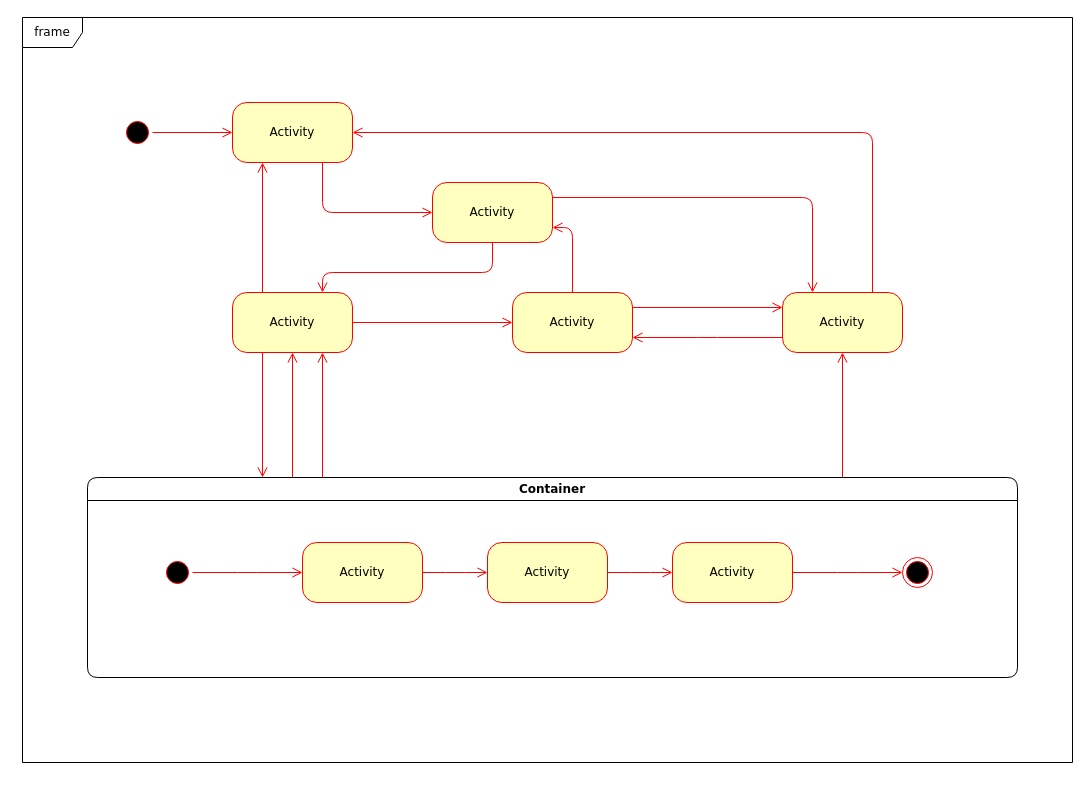
Before: page "ph_comments" (1 of 3) of state_machine.drawio in sownthunder/sownthunder.github.io, a draw.io diagram. Source tidied: cells renumbered, new cells numbered last; positions are measured from the earlier drawing's top-left corner, leaving out a move shared by most shapes. Both pictures are drawn from the tidied source at 100%, with x=0, y=0 at pixel (22, 17).
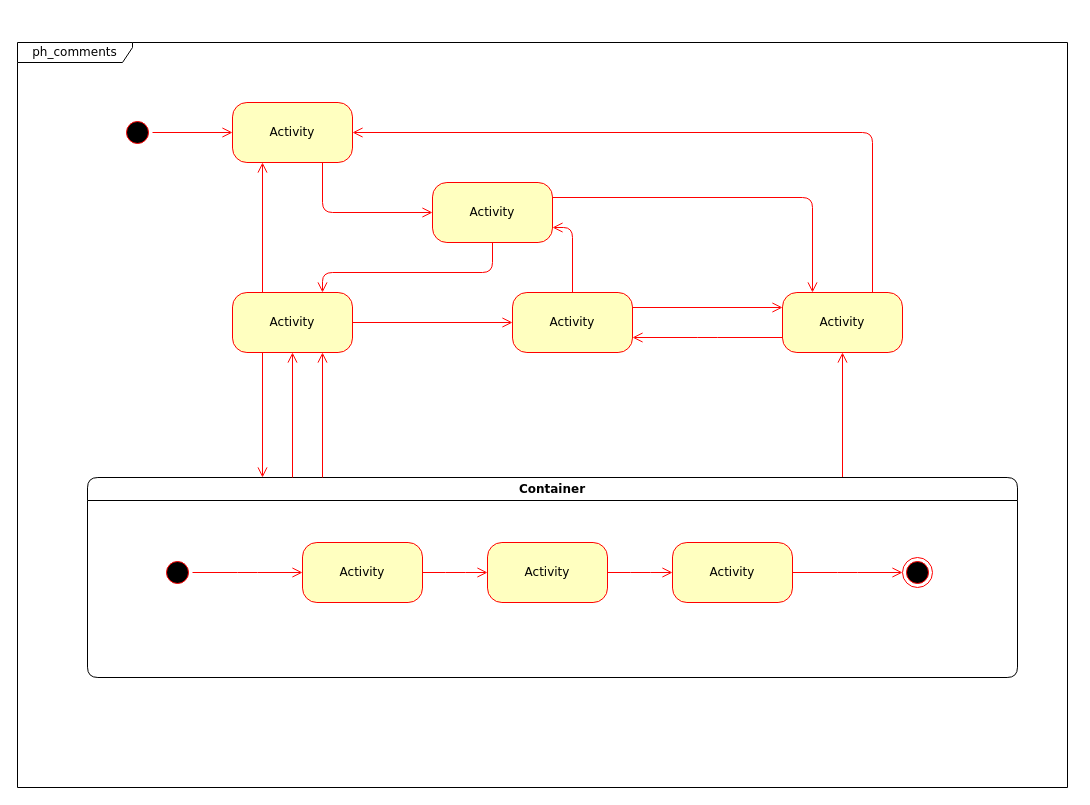
After the change.

What changed in the source:
```diff
@@
-    <mxCell id="22" value="frame" style="shape=umlFrame;whiteSpace=wrap;html=1;rounded=1;shadow=0;comic=0;labelBackgroundColor=none;strokeWidth=1;fontFamily=Verdana;fontSize=12;align=center;" parent="1" vertex="1">
-      <mxGeometry width="1050" height="745" as="geometry" />
+    <mxCell id="22" value="ph_comments" style="shape=umlFrame;whiteSpace=wrap;html=1;rounded=1;shadow=0;comic=0;labelBackgroundColor=none;strokeWidth=1;fontFamily=Verdana;fontSize=12;align=center;width=115;height=20;" parent="1" vertex="1">
+      <mxGeometry x="-5" y="25" width="1050" height="745" as="geometry" />
     </mxCell>
```
